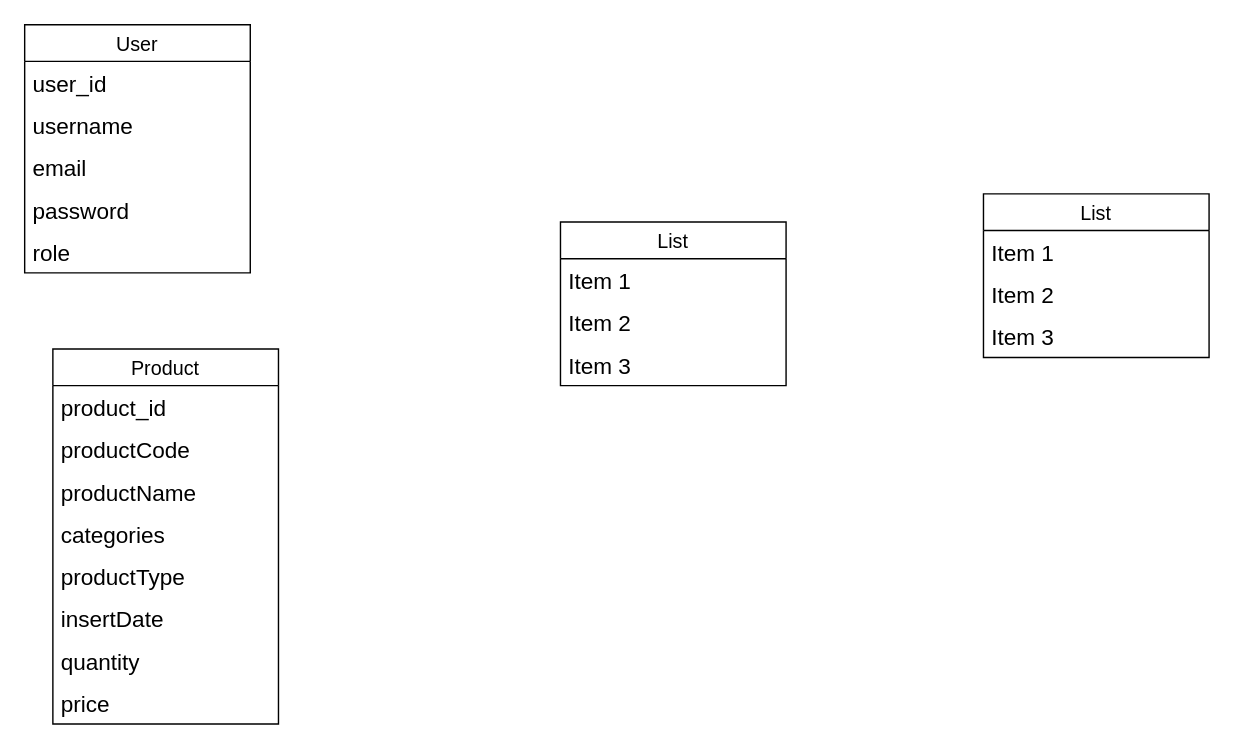
Above: Database Structure/Ecommerce.drawio in dinh-letat/Ecommerceee (draw.io), before the change. Source tidied: cells renumbered, new cells numbered last; positions are measured from the earlier drawing's top-left corner, leaving out a move shared by most shapes. Both pictures are drawn from the tidied source at 141%, with x=0, y=0 at pixel (24, 24).
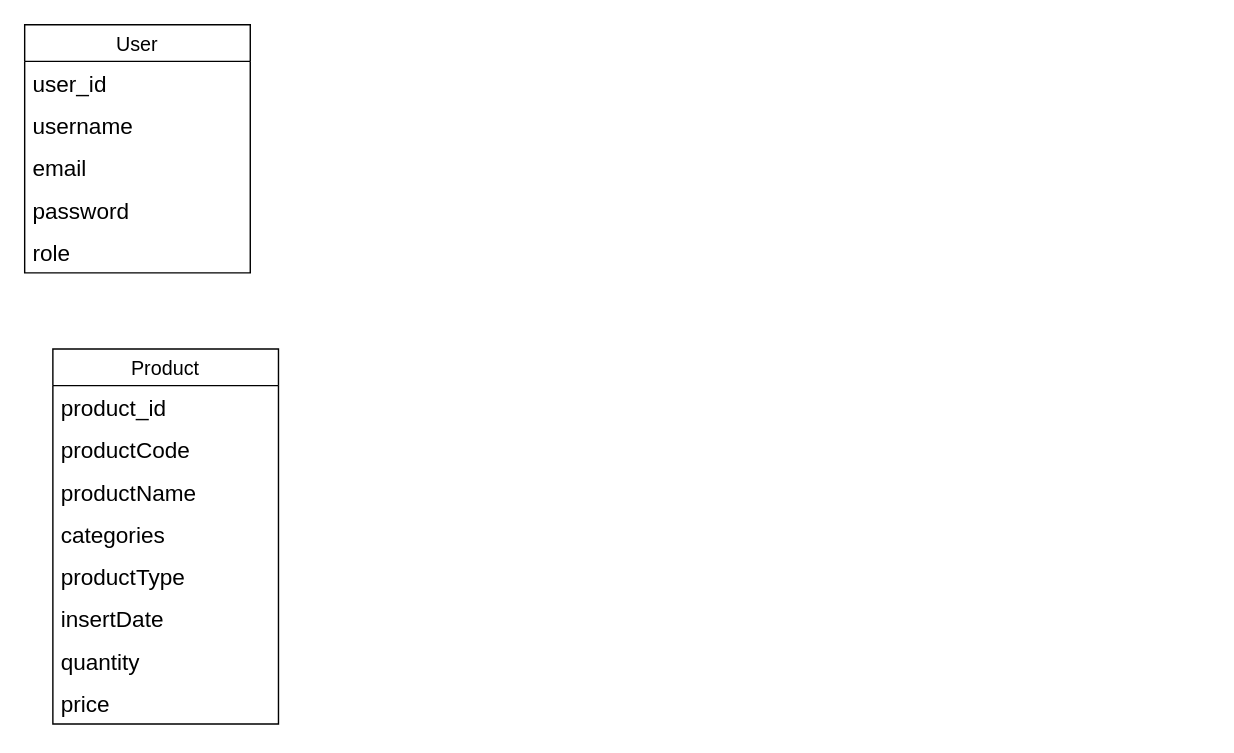
The same page after the edit.

What changed in the source:
```diff
@@
-    <mxCell id="11" value="List" style="swimlane;fontStyle=0;horizontal=1;startSize=26;align=center;fontSize=14;" parent="1" vertex="1">
-      <mxGeometry x="680" y="120" width="160" height="116" as="geometry" />
-    </mxCell>
-    <mxCell id="12" value="Item 1" style="text;strokeColor=none;fillColor=none;spacingLeft=4;spacingRight=4;overflow=hidden;fontSize=16;whiteSpace=wrap;html=1;" parent="11" vertex="1">
-      <mxGeometry y="26" width="160" height="30" as="geometry" />
-    </mxCell>
-    <mxCell id="13" value="Item 2" style="text;strokeColor=none;fillColor=none;spacingLeft=4;spacingRight=4;overflow=hidden;fontSize=16;whiteSpace=wrap;html=1;" parent="11" vertex="1">
-      <mxGeometry y="56" width="160" height="30" as="geometry" />
-    </mxCell>
-    <mxCell id="14" value="Item 3" style="text;strokeColor=none;fillColor=none;spacingLeft=4;spacingRight=4;overflow=hidden;fontSize=16;whiteSpace=wrap;html=1;" parent="11" vertex="1">
-      <mxGeometry y="86" width="160" height="30" as="geometry" />
-    </mxCell>
-    <mxCell id="15" value="List" style="swimlane;fontStyle=0;horizontal=1;startSize=26;align=center;fontSize=14;" parent="1" vertex="1">
-      <mxGeometry x="380" y="140" width="160" height="116" as="geometry" />
-    </mxCell>
-    <mxCell id="16" value="Item 1" style="text;strokeColor=none;fillColor=none;spacingLeft=4;spacingRight=4;overflow=hidden;fontSize=16;whiteSpace=wrap;html=1;" parent="15" vertex="1">
-      <mxGeometry y="26" width="160" height="30" as="geometry" />
-    </mxCell>
-    <mxCell id="17" value="Item 2" style="text;strokeColor=none;fillColor=none;spacingLeft=4;spacingRight=4;overflow=hidden;fontSize=16;whiteSpace=wrap;html=1;" parent="15" vertex="1">
-      <mxGeometry y="56" width="160" height="30" as="geometry" />
-    </mxCell>
-    <mxCell id="18" value="Item 3" style="text;strokeColor=none;fillColor=none;spacingLeft=4;spacingRight=4;overflow=hidden;fontSize=16;whiteSpace=wrap;html=1;" parent="15" vertex="1">
-      <mxGeometry y="86" width="160" height="30" as="geometry" />
-    </mxCell>
```
